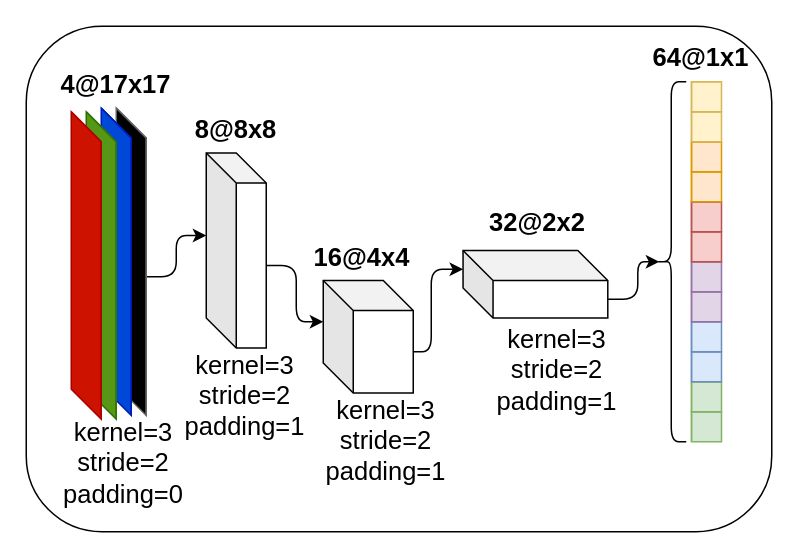
Earlier version of the draw.io diagram page "CNN" (5 of 5) of Documents/diagrams.drawio (mirkousuelli/RGBD-Triplet-Patched-Localization). Source tidied: cells renumbered, new cells numbered last; positions are measured from the earlier drawing's top-left corner, leaving out a move shared by most shapes. Both pictures are drawn from the tidied source at 150%, with x=0, y=0 at pixel (26, 26).
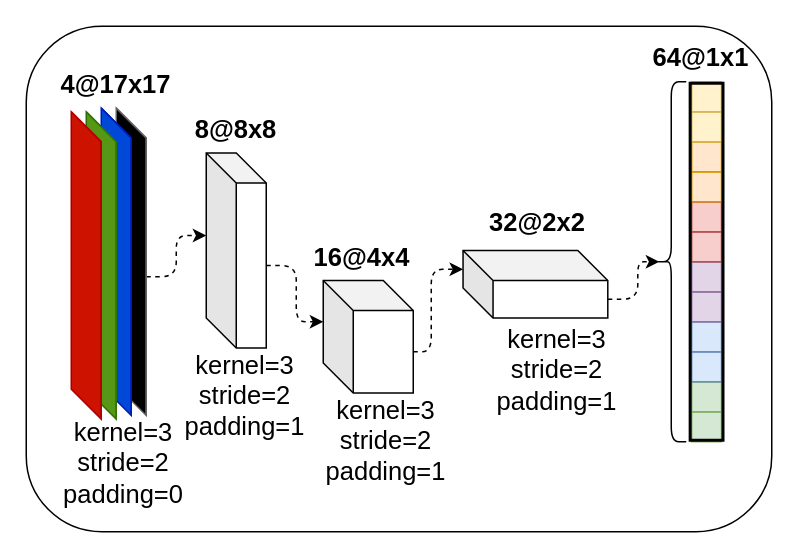
Above is the later version.

The change refers to these unchanged cells:
```xml
<mxCell id="4" style="shape=cube;whiteSpace=wrap;html=1;boundedLbl=1;backgroundOutline=1;darkOpacity=0.05;darkOpacity2=0.1;size=20;shadow=0;sketch=0;fillColor=#000000;fontColor=#333333;strokeColor=#666666;" parent="1" vertex="1">
  <mxGeometry x="60" y="54.5" width="20" height="205" as="geometry" />
</mxCell>
<mxCell id="6" style="shape=cube;whiteSpace=wrap;html=1;boundedLbl=1;backgroundOutline=1;darkOpacity=0.05;darkOpacity2=0.1;size=20;shadow=0;sketch=0;" parent="1" vertex="1">
  <mxGeometry x="120" y="84.5" width="40" height="130" as="geometry" />
</mxCell>
<mxCell id="8" style="shape=cube;whiteSpace=wrap;html=1;boundedLbl=1;backgroundOutline=1;darkOpacity=0.05;darkOpacity2=0.1;size=20;shadow=0;" parent="1" vertex="1">
  <mxGeometry x="198" y="169.5" width="60" height="75" as="geometry" />
</mxCell>
<mxCell id="10" style="shape=cube;whiteSpace=wrap;html=1;boundedLbl=1;backgroundOutline=1;darkOpacity=0.05;darkOpacity2=0.1;size=20;shadow=0;" parent="1" vertex="1">
  <mxGeometry x="291.2" y="149.5" width="96.5" height="45" as="geometry" />
</mxCell>
<mxCell id="23" style="shape=curlyBracket;whiteSpace=wrap;html=1;rounded=1;strokeColor=#000000;fillColor=#FFECCC;gradientColor=#FFB570;size=0.5;" parent="1" vertex="1">
  <mxGeometry x="420" y="37" width="20" height="240" as="geometry" />
</mxCell>
```

The edit, as a diff of the source:
```diff
@@
-    <mxCell id="3" style="edgeStyle=orthogonalEdgeStyle;rounded=1;jettySize=auto;html=1;exitX=0;exitY=0;exitDx=20;exitDy=112.5;exitPerimeter=0;entryX=0;entryY=0;entryDx=0;entryDy=55;entryPerimeter=0;fontSize=15;" parent="1" edge="1" source="4" target="6">
+    <mxCell id="3" style="edgeStyle=orthogonalEdgeStyle;rounded=1;jettySize=auto;html=1;exitX=0;exitY=0;exitDx=20;exitDy=112.5;exitPerimeter=0;entryX=0;entryY=0;entryDx=0;entryDy=55;entryPerimeter=0;fontSize=15;dashed=1;" parent="1" edge="1" source="4" target="6">
       <mxGeometry relative="1" as="geometry">
         <Array as="points">
           <mxPoint x="100" y="167" />
           <mxPoint x="100" y="140" />
         </Array>
       </mxGeometry>
     </mxCell>
@@
-    <mxCell id="5" style="edgeStyle=orthogonalEdgeStyle;rounded=1;jettySize=auto;html=1;exitX=0;exitY=0;exitDx=40;exitDy=75;exitPerimeter=0;entryX=0;entryY=0;entryDx=0;entryDy=27.5;entryPerimeter=0;fontSize=15;" parent="1" edge="1" source="6" target="8">
+    <mxCell id="5" style="edgeStyle=orthogonalEdgeStyle;rounded=1;jettySize=auto;html=1;exitX=0;exitY=0;exitDx=40;exitDy=75;exitPerimeter=0;entryX=0;entryY=0;entryDx=0;entryDy=27.5;entryPerimeter=0;fontSize=15;dashed=1;" parent="1" edge="1" source="6" target="8">
       <mxGeometry relative="1" as="geometry">
         <Array as="points">
           <mxPoint x="180" y="160" />
           <mxPoint x="180" y="197" />
         </Array>
       </mxGeometry>
     </mxCell>
@@
-    <mxCell id="7" style="edgeStyle=orthogonalEdgeStyle;rounded=1;jettySize=auto;html=1;exitX=0;exitY=0;exitDx=60;exitDy=47.5;exitPerimeter=0;entryX=0;entryY=0;entryDx=0;entryDy=12.5;entryPerimeter=0;fontSize=15;" parent="1" edge="1" source="8" target="10">
+    <mxCell id="7" style="edgeStyle=orthogonalEdgeStyle;rounded=1;jettySize=auto;html=1;exitX=0;exitY=0;exitDx=60;exitDy=47.5;exitPerimeter=0;entryX=0;entryY=0;entryDx=0;entryDy=12.5;entryPerimeter=0;fontSize=15;dashed=1;" parent="1" edge="1" source="8" target="10">
       <mxGeometry relative="1" as="geometry">
         <Array as="points">
           <mxPoint x="270" y="217" />
           <mxPoint x="270" y="162" />
         </Array>
       </mxGeometry>
     </mxCell>
@@
-    <mxCell id="9" style="edgeStyle=orthogonalEdgeStyle;rounded=1;jettySize=auto;html=1;exitX=0;exitY=0;exitDx=96.5;exitDy=32.5;exitPerimeter=0;entryX=0.1;entryY=0.5;entryDx=0;entryDy=0;entryPerimeter=0;fontSize=15;" parent="1" edge="1" source="10" target="23">
+    <mxCell id="9" style="edgeStyle=orthogonalEdgeStyle;rounded=1;jettySize=auto;html=1;exitX=0;exitY=0;exitDx=96.5;exitDy=32.5;exitPerimeter=0;entryX=0.1;entryY=0.5;entryDx=0;entryDy=0;entryPerimeter=0;fontSize=15;dashed=1;" parent="1" edge="1" source="10" target="23">
       <mxGeometry relative="1" as="geometry" />
     </mxCell>
@@
+    <mxCell id="36" style="rounded=0;whiteSpace=wrap;html=1;fontSize=17;strokeColor=#000000;fillColor=none;strokeWidth=2;" parent="1" vertex="1">
+      <mxGeometry x="442.6" y="38" width="21.9" height="238" as="geometry" />
+    </mxCell>
```
